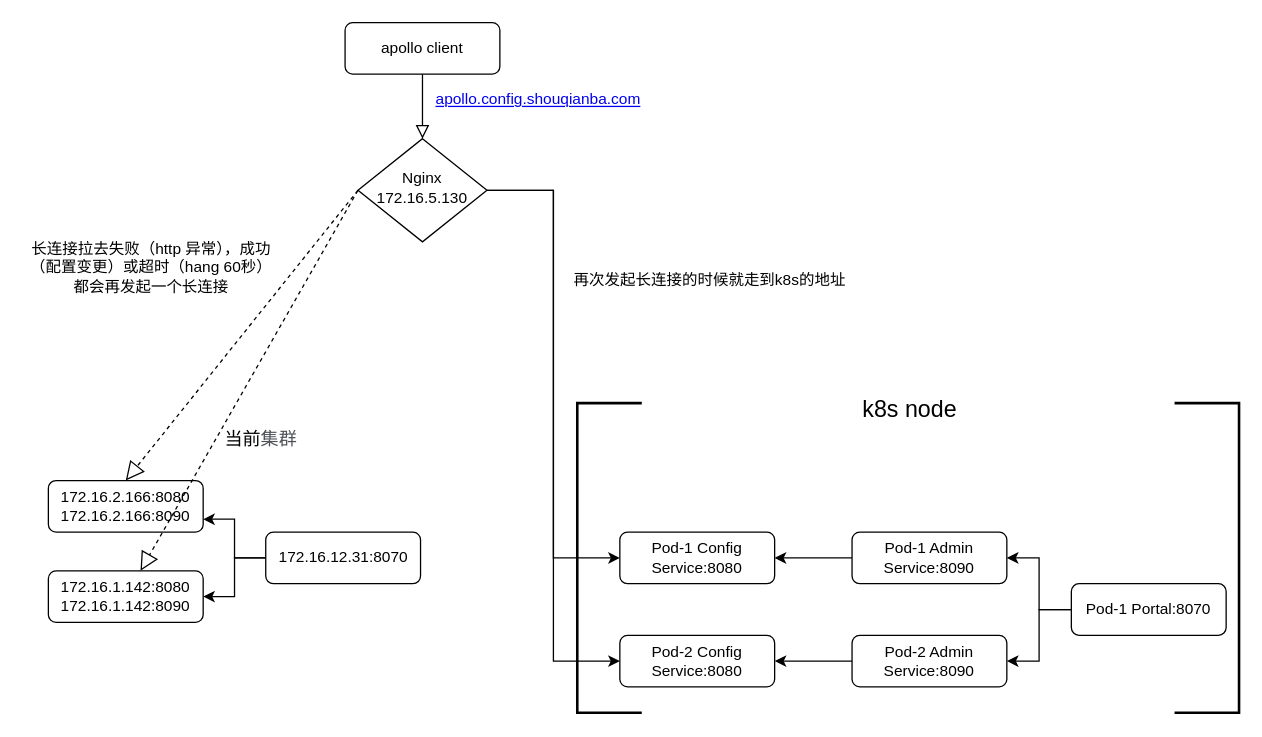
RockyLOMO/devops-java-sample keeps this draw.io diagram as page "4client切换2" (2 of 7) of Untitled Diagram.drawio. Above is the earlier version. Source tidied: cells renumbered, new cells numbered last; positions are measured from the earlier drawing's top-left corner, leaving out a move shared by most shapes. Both pictures are drawn from the tidied source at 129%, with x=0, y=0 at pixel (22, 22).
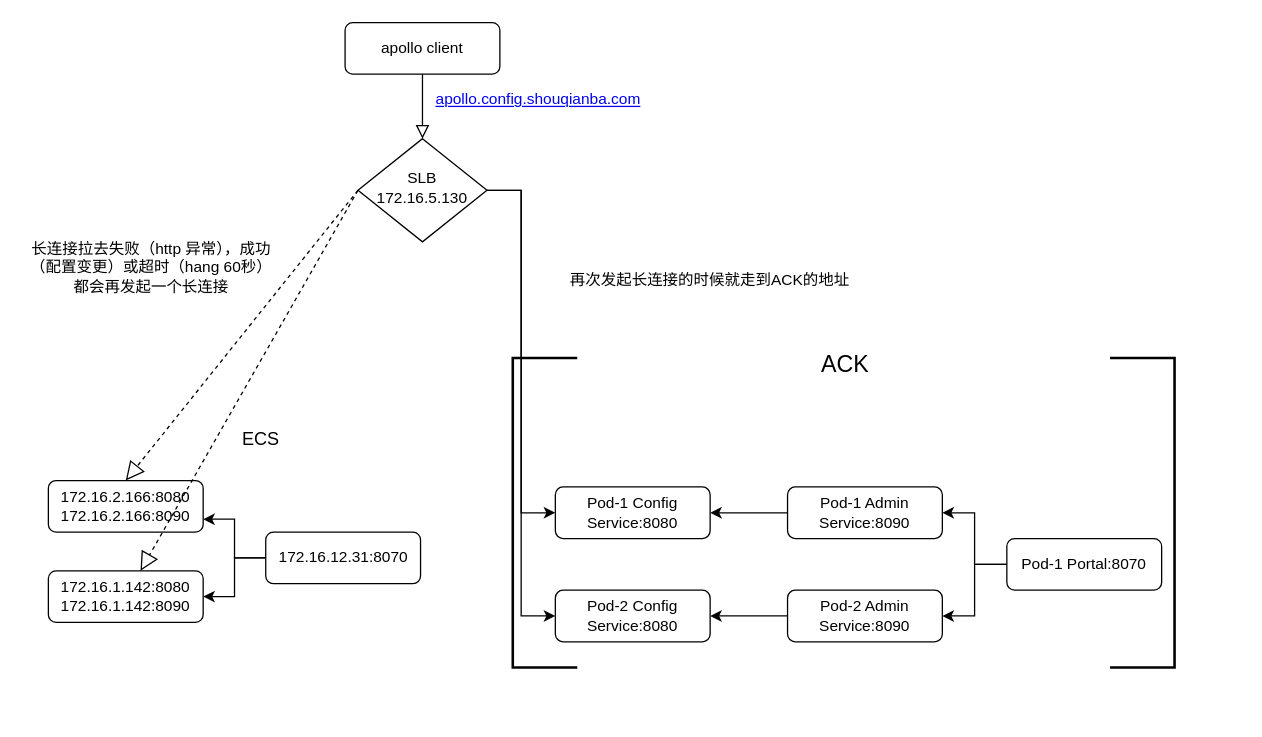
The same diagram, later.

The edit, as a diff of the source:
```diff
@@
-    <mxCell id="6" value="Nginx&lt;br&gt;172.16.5.130" style="rhombus;whiteSpace=wrap;html=1;shadow=0;fontFamily=Helvetica;fontSize=12;align=center;strokeWidth=1;spacing=6;spacingTop=-4;" parent="1" vertex="1">
+    <mxCell id="6" value="SLB&lt;br&gt;172.16.5.130" style="rhombus;whiteSpace=wrap;html=1;shadow=0;fontFamily=Helvetica;fontSize=12;align=center;strokeWidth=1;spacing=6;spacingTop=-4;" parent="1" vertex="1">
       <mxGeometry x="260" y="90" width="100" height="80" as="geometry" />
     </mxCell>
@@
     <mxCell id="10" value="Pod-1 Portal:8070" style="rounded=1;whiteSpace=wrap;html=1;fontSize=12;glass=0;strokeWidth=1;shadow=0;" parent="1" vertex="1">
-      <mxGeometry x="813" y="435" width="120" height="40" as="geometry" />
+      <mxGeometry x="763" y="400" width="120" height="40" as="geometry" />
     </mxCell>
     <mxCell id="11" value="Pod-1 Config Service:8080" style="rounded=1;whiteSpace=wrap;html=1;fontSize=12;glass=0;strokeWidth=1;shadow=0;" parent="1" vertex="1">
-      <mxGeometry x="463" y="395" width="120" height="40" as="geometry" />
+      <mxGeometry x="413" y="360" width="120" height="40" as="geometry" />
     </mxCell>
     <mxCell id="12" value="Pod-2 Config Service:8080" style="rounded=1;whiteSpace=wrap;html=1;fontSize=12;glass=0;strokeWidth=1;shadow=0;" parent="1" vertex="1">
-      <mxGeometry x="463" y="475" width="120" height="40" as="geometry" />
+      <mxGeometry x="413" y="440" width="120" height="40" as="geometry" />
     </mxCell>
@@
     <mxCell id="14" value="Pod-1 Admin Service:8090" style="rounded=1;whiteSpace=wrap;html=1;fontSize=12;glass=0;strokeWidth=1;shadow=0;" parent="1" vertex="1">
-      <mxGeometry x="643" y="395" width="120" height="40" as="geometry" />
+      <mxGeometry x="593" y="360" width="120" height="40" as="geometry" />
     </mxCell>
@@
     <mxCell id="16" value="Pod-2 Admin Service:8090" style="rounded=1;whiteSpace=wrap;html=1;fontSize=12;glass=0;strokeWidth=1;shadow=0;" parent="1" vertex="1">
-      <mxGeometry x="643" y="475" width="120" height="40" as="geometry" />
+      <mxGeometry x="593" y="440" width="120" height="40" as="geometry" />
     </mxCell>
-    <mxCell id="17" value="&lt;font style=&quot;font-size: 18px&quot;&gt;k8s node&lt;/font&gt;" style="text;html=1;strokeColor=none;fillColor=none;align=center;verticalAlign=middle;whiteSpace=wrap;rounded=0;" parent="1" vertex="1">
-      <mxGeometry x="643" y="285" width="90" height="30" as="geometry" />
+    <mxCell id="17" value="&lt;font style=&quot;font-size: 18px&quot;&gt;ACK&lt;/font&gt;" style="text;html=1;strokeColor=none;fillColor=none;align=center;verticalAlign=middle;whiteSpace=wrap;rounded=0;" parent="1" vertex="1">
+      <mxGeometry x="593" y="250" width="90" height="30" as="geometry" />
     </mxCell>
     <mxCell id="18" style="strokeWidth=2;html=1;shape=mxgraph.flowchart.annotation_1;align=left;" parent="1" vertex="1">
-      <mxGeometry x="430" y="295" width="50" height="240" as="geometry" />
+      <mxGeometry x="380" y="260" width="50" height="240" as="geometry" />
     </mxCell>
     <mxCell id="19" style="strokeWidth=2;html=1;shape=mxgraph.flowchart.annotation_1;align=left;direction=west;" parent="1" vertex="1">
-      <mxGeometry x="893" y="295" width="50" height="240" as="geometry" />
+      <mxGeometry x="843" y="260" width="50" height="240" as="geometry" />
     </mxCell>
@@
-    <mxCell id="25" value="&lt;font style=&quot;font-size: 14px&quot;&gt;当前&lt;/font&gt;&lt;span style=&quot;color: rgb(77 , 81 , 86) ; font-family: &amp;#34;arial&amp;#34; , sans-serif ; font-size: 14px ; text-align: left ; background-color: rgb(255 , 255 , 255)&quot;&gt;集群&lt;/span&gt;" style="text;html=1;strokeColor=none;fillColor=none;align=center;verticalAlign=middle;whiteSpace=wrap;rounded=0;" parent="1" vertex="1">
+    <mxCell id="25" value="&lt;span style=&quot;font-size: 14px&quot;&gt;ECS&lt;/span&gt;" style="text;html=1;strokeColor=none;fillColor=none;align=center;verticalAlign=middle;whiteSpace=wrap;rounded=0;" parent="1" vertex="1">
       <mxGeometry x="150" y="310" width="70" height="25" as="geometry" />
     </mxCell>
@@
-    <mxCell id="29" value="再次发起长连接的时候就走到k8s的地址" style="text;html=1;strokeColor=none;fillColor=none;align=center;verticalAlign=middle;whiteSpace=wrap;rounded=0;" parent="1" vertex="1">
+    <mxCell id="29" value="再次发起长连接的时候就走到ACK的地址" style="text;html=1;strokeColor=none;fillColor=none;align=center;verticalAlign=middle;whiteSpace=wrap;rounded=0;" parent="1" vertex="1">
       <mxGeometry x="423" y="190" width="220" height="20" as="geometry" />
     </mxCell>
```
